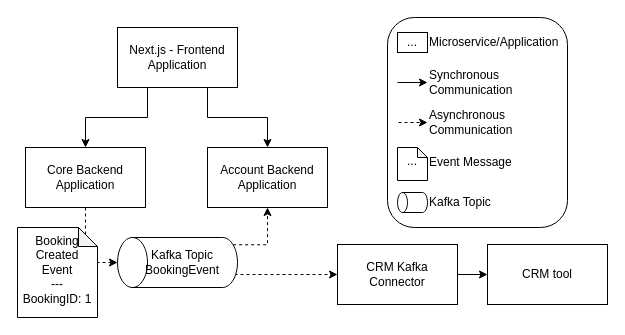
steffenmueller4/steffenmueller4.github.io keeps this draw.io diagram as assets/drawio/car-services-architecture-overview.drawio. Above is the earlier version. Source tidied: cells renumbered, new cells numbered last; positions are measured from the earlier drawing's top-left corner, leaving out a move shared by most shapes. Both pictures are drawn from the tidied source at 100%, with x=0, y=0 at pixel (17, 17).
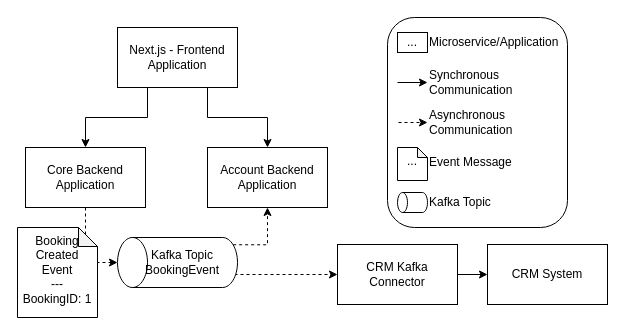
The same page after the edit.

Commit message (it also covers changes not shown here):
Moves the architecture section.

Diff of the diagram source:
```diff
@@
-    <mxCell id="15" value="CRM tool" style="rounded=0;whiteSpace=wrap;html=1;" parent="1" vertex="1">
+    <mxCell id="15" value="CRM System" style="rounded=0;whiteSpace=wrap;html=1;" parent="1" vertex="1">
       <mxGeometry x="470" y="227" width="120" height="60" as="geometry" />
     </mxCell>
```
